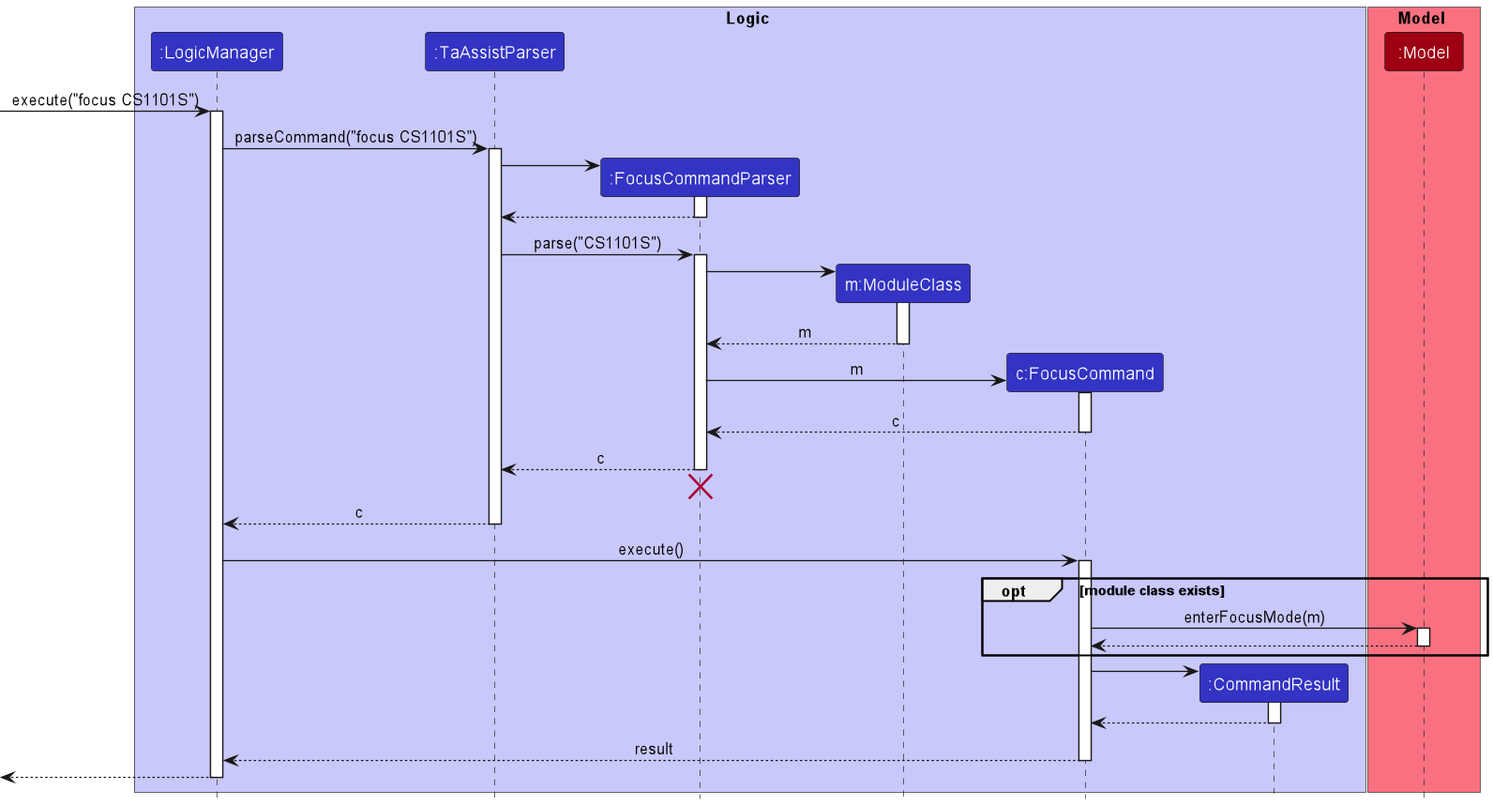
Before: docs/images/FocusCommandSequenceDiagram.png, a diagram exported from PlantUML (nus-cs2103-AY2223S1/tp).
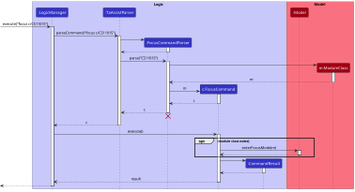
Later version of the same file.

Commit message:
Update DG to reflect c/ prefix in focus command

Change to the diagram source:
```diff
@@ -5,19 +5,19 @@
 participant ":LogicManager" as LogicManager LOGIC_COLOR
 participant ":TaAssistParser" as TaAssistParser LOGIC_COLOR
 participant ":FocusCommandParser" as FocusCommandParser LOGIC_COLOR
-participant "m:ModuleClass" as ModuleClass LOGIC_COLOR
 participant "c:FocusCommand" as FocusCommand LOGIC_COLOR
 participant ":CommandResult" as CommandResult LOGIC_COLOR
 end box
 
 box Model MODEL_COLOR_T1
 participant ":Model" as Model MODEL_COLOR
+participant "m:ModuleClass" as ModuleClass MODEL_COLOR
 end box
 
-[-> LogicManager : execute("focus CS1101S")
+[-> LogicManager : execute("focus c/CS1101S")
 activate LogicManager
 
-LogicManager -> TaAssistParser : parseCommand("focus CS1101S")
+LogicManager -> TaAssistParser : parseCommand("focus c/CS1101S")
 activate TaAssistParser
 
 create FocusCommandParser
```
